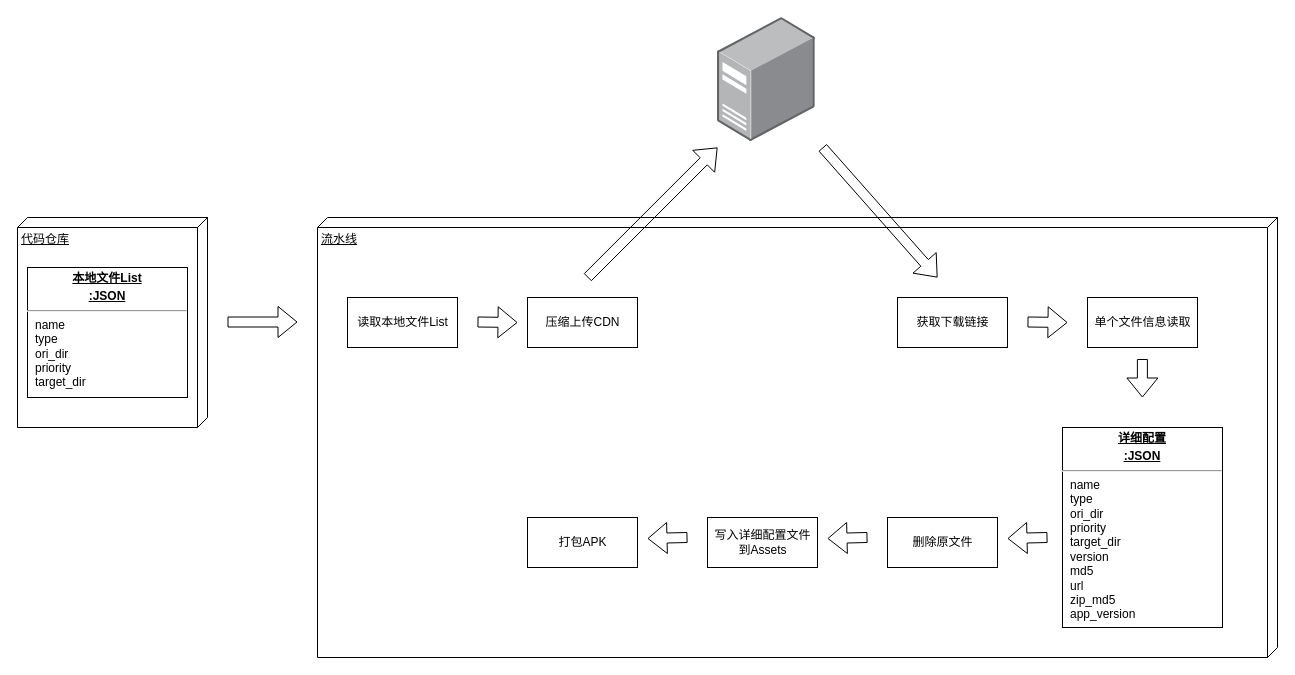
Before: page "Page-1" (1 of 2) of 后下载.drawio in wangziji/graphics, a draw.io diagram. Source tidied: cells renumbered, new cells numbered last; positions are measured from the earlier drawing's top-left corner, leaving out a move shared by most shapes. Both pictures are drawn from the tidied source at 100%, with x=0, y=0 at pixel (17, 17).
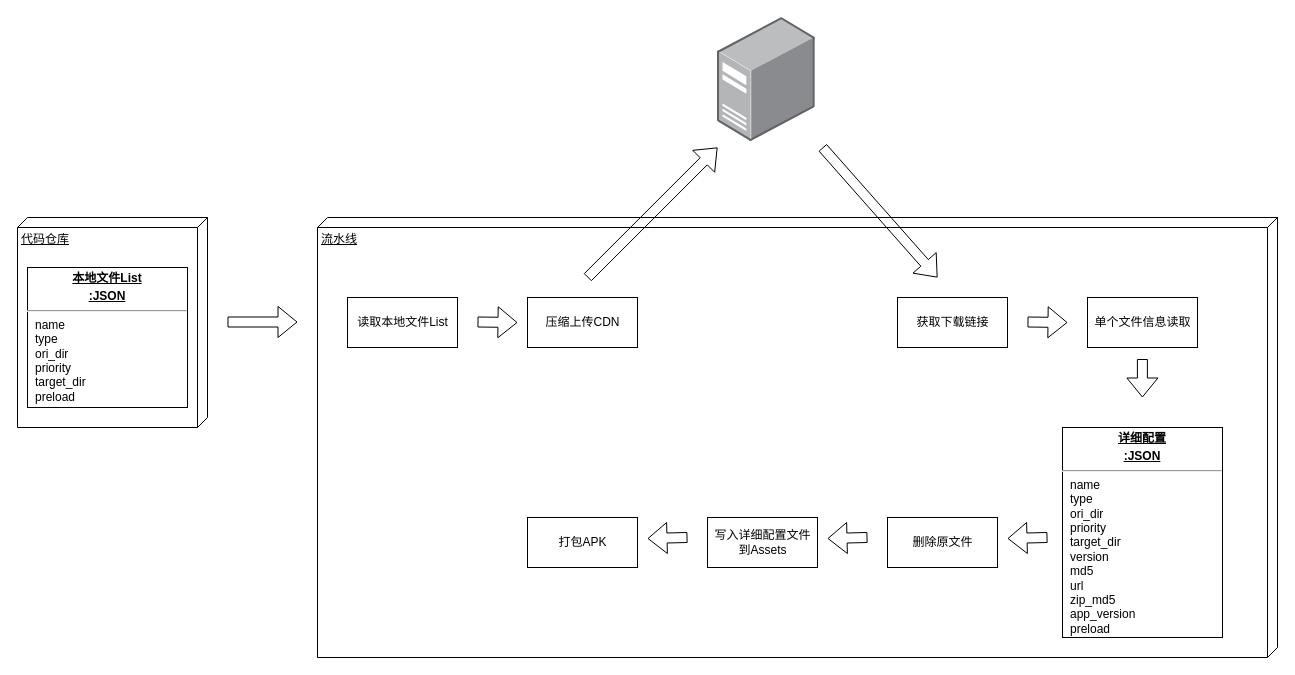
The same page after the edit.

Change to the diagram source:
```diff
@@
-    <mxCell id="3" value="&lt;p style=&quot;margin: 0px ; margin-top: 4px ; text-align: center ; text-decoration: underline&quot;&gt;&lt;b&gt;本地文件List&lt;/b&gt;&lt;/p&gt;&lt;p style=&quot;margin: 0px ; margin-top: 4px ; text-align: center ; text-decoration: underline&quot;&gt;&lt;b&gt;:JSON&lt;/b&gt;&lt;/p&gt;&lt;hr&gt;&lt;p style=&quot;margin: 0px ; margin-left: 8px&quot;&gt;name&lt;/p&gt;&lt;p style=&quot;margin: 0px ; margin-left: 8px&quot;&gt;type&lt;/p&gt;&lt;p style=&quot;margin: 0px ; margin-left: 8px&quot;&gt;ori_dir&lt;/p&gt;&lt;p style=&quot;margin: 0px ; margin-left: 8px&quot;&gt;priority&lt;/p&gt;&lt;p style=&quot;margin: 0px ; margin-left: 8px&quot;&gt;target_dir&lt;/p&gt;" style="verticalAlign=top;align=left;overflow=fill;fontSize=12;fontFamily=Helvetica;html=1;" parent="1" vertex="1">
-      <mxGeometry x="10" y="250" width="160" height="130" as="geometry" />
+    <mxCell id="3" value="&lt;p style=&quot;margin: 0px ; margin-top: 4px ; text-align: center ; text-decoration: underline&quot;&gt;&lt;b&gt;本地文件List&lt;/b&gt;&lt;/p&gt;&lt;p style=&quot;margin: 0px ; margin-top: 4px ; text-align: center ; text-decoration: underline&quot;&gt;&lt;b&gt;:JSON&lt;/b&gt;&lt;/p&gt;&lt;hr&gt;&lt;p style=&quot;margin: 0px ; margin-left: 8px&quot;&gt;name&lt;/p&gt;&lt;p style=&quot;margin: 0px ; margin-left: 8px&quot;&gt;type&lt;/p&gt;&lt;p style=&quot;margin: 0px ; margin-left: 8px&quot;&gt;ori_dir&lt;/p&gt;&lt;p style=&quot;margin: 0px ; margin-left: 8px&quot;&gt;priority&lt;/p&gt;&lt;p style=&quot;margin: 0px ; margin-left: 8px&quot;&gt;target_dir&lt;/p&gt;&lt;p style=&quot;margin: 0px ; margin-left: 8px&quot;&gt;preload&lt;/p&gt;" style="verticalAlign=top;align=left;overflow=fill;fontSize=12;fontFamily=Helvetica;html=1;" parent="1" vertex="1">
+      <mxGeometry x="10" y="250" width="160" height="140" as="geometry" />
     </mxCell>
@@
-    <mxCell id="13" value="&lt;p style=&quot;margin: 0px ; margin-top: 4px ; text-align: center ; text-decoration: underline&quot;&gt;&lt;b&gt;详细配置&lt;/b&gt;&lt;/p&gt;&lt;p style=&quot;margin: 0px ; margin-top: 4px ; text-align: center ; text-decoration: underline&quot;&gt;&lt;b&gt;:JSON&lt;/b&gt;&lt;/p&gt;&lt;hr&gt;&lt;p style=&quot;margin: 0px ; margin-left: 8px&quot;&gt;name&lt;/p&gt;&lt;p style=&quot;margin: 0px ; margin-left: 8px&quot;&gt;type&lt;/p&gt;&lt;p style=&quot;margin: 0px ; margin-left: 8px&quot;&gt;ori_dir&lt;/p&gt;&lt;p style=&quot;margin: 0px ; margin-left: 8px&quot;&gt;priority&lt;/p&gt;&lt;p style=&quot;margin: 0px ; margin-left: 8px&quot;&gt;target_dir&lt;/p&gt;&lt;p style=&quot;margin: 0px ; margin-left: 8px&quot;&gt;version&lt;/p&gt;&lt;p style=&quot;margin: 0px ; margin-left: 8px&quot;&gt;md5&lt;/p&gt;&lt;p style=&quot;margin: 0px ; margin-left: 8px&quot;&gt;url&lt;/p&gt;&lt;p style=&quot;margin: 0px ; margin-left: 8px&quot;&gt;zip_md5&lt;/p&gt;&lt;p style=&quot;margin: 0px ; margin-left: 8px&quot;&gt;app_version&lt;/p&gt;" style="verticalAlign=top;align=left;overflow=fill;fontSize=12;fontFamily=Helvetica;html=1;" parent="1" vertex="1">
-      <mxGeometry x="1045" y="410" width="160" height="200" as="geometry" />
+    <mxCell id="13" value="&lt;p style=&quot;margin: 0px ; margin-top: 4px ; text-align: center ; text-decoration: underline&quot;&gt;&lt;b&gt;详细配置&lt;/b&gt;&lt;/p&gt;&lt;p style=&quot;margin: 0px ; margin-top: 4px ; text-align: center ; text-decoration: underline&quot;&gt;&lt;b&gt;:JSON&lt;/b&gt;&lt;/p&gt;&lt;hr&gt;&lt;p style=&quot;margin: 0px ; margin-left: 8px&quot;&gt;name&lt;/p&gt;&lt;p style=&quot;margin: 0px ; margin-left: 8px&quot;&gt;type&lt;/p&gt;&lt;p style=&quot;margin: 0px ; margin-left: 8px&quot;&gt;ori_dir&lt;/p&gt;&lt;p style=&quot;margin: 0px ; margin-left: 8px&quot;&gt;priority&lt;/p&gt;&lt;p style=&quot;margin: 0px ; margin-left: 8px&quot;&gt;target_dir&lt;/p&gt;&lt;p style=&quot;margin: 0px ; margin-left: 8px&quot;&gt;version&lt;/p&gt;&lt;p style=&quot;margin: 0px ; margin-left: 8px&quot;&gt;md5&lt;/p&gt;&lt;p style=&quot;margin: 0px ; margin-left: 8px&quot;&gt;url&lt;/p&gt;&lt;p style=&quot;margin: 0px ; margin-left: 8px&quot;&gt;zip_md5&lt;/p&gt;&lt;p style=&quot;margin: 0px ; margin-left: 8px&quot;&gt;app_version&lt;/p&gt;&lt;p style=&quot;margin: 0px ; margin-left: 8px&quot;&gt;preload&lt;/p&gt;" style="verticalAlign=top;align=left;overflow=fill;fontSize=12;fontFamily=Helvetica;html=1;" parent="1" vertex="1">
+      <mxGeometry x="1045" y="410" width="160" height="210" as="geometry" />
     </mxCell>
```
